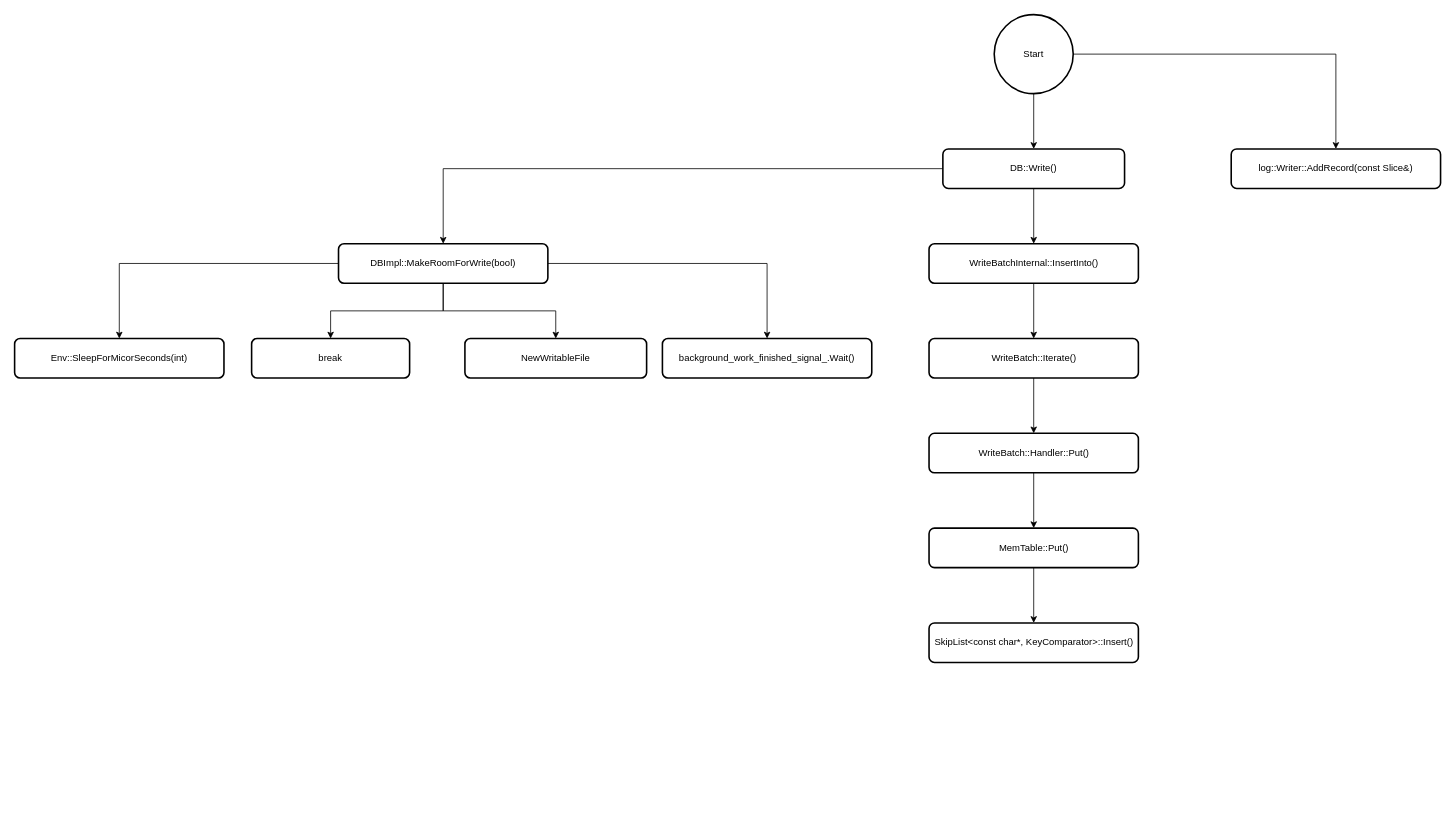
The draw.io diagram leveldb/leveldb_write.drawio in zll600/pictures, before the edit. Source tidied: cells renumbered, new cells numbered last; positions are measured from the earlier drawing's top-left corner, leaving out a move shared by most shapes. Both pictures are drawn from the tidied source at 79%, with x=0, y=0 at pixel (14, 14).
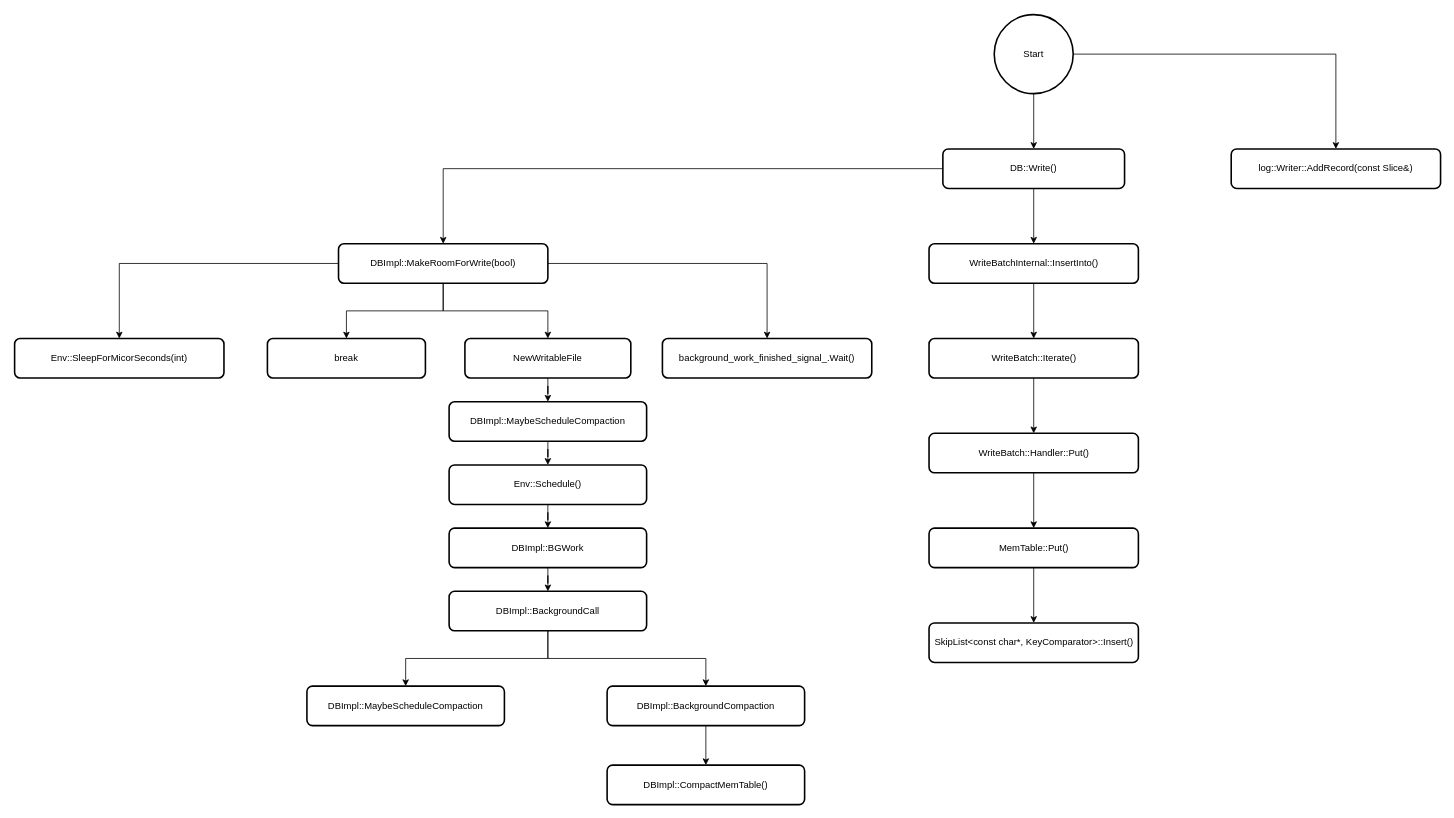
Above is the later version.

What changed in the source:
```diff
@@
     <mxCell id="24" value="break" style="rounded=1;whiteSpace=wrap;html=1;absoluteArcSize=1;arcSize=14;strokeWidth=2;" parent="1" vertex="1">
-      <mxGeometry x="300" y="410" width="200" height="50" as="geometry" />
+      <mxGeometry x="320" y="410" width="200" height="50" as="geometry" />
     </mxCell>
@@
+    <mxCell id="27" style="edgeStyle=orthogonalEdgeStyle;rounded=0;jettySize=auto;html=1;" parent="1" edge="1" source="26" target="29">
+      <mxGeometry relative="1" as="geometry" />
+    </mxCell>
     <mxCell id="26" value="NewWritableFile" style="rounded=1;whiteSpace=wrap;html=1;absoluteArcSize=1;arcSize=14;strokeWidth=2;" parent="1" vertex="1">
-      <mxGeometry x="570" y="410" width="230" height="50" as="geometry" />
+      <mxGeometry x="570" y="410" width="210" height="50" as="geometry" />
     </mxCell>
+    <mxCell id="28" style="edgeStyle=orthogonalEdgeStyle;rounded=0;jettySize=auto;html=1;entryX=0.5;entryY=0;entryDx=0;entryDy=0;" parent="1" edge="1" source="29" target="31">
+      <mxGeometry relative="1" as="geometry" />
+    </mxCell>
+    <mxCell id="29" value="DBImpl::MaybeScheduleCompaction" style="rounded=1;whiteSpace=wrap;html=1;absoluteArcSize=1;arcSize=14;strokeWidth=2;" parent="1" vertex="1">
+      <mxGeometry x="550" y="490" width="250" height="50" as="geometry" />
+    </mxCell>
+    <mxCell id="30" style="edgeStyle=orthogonalEdgeStyle;rounded=0;jettySize=auto;html=1;entryX=0.5;entryY=0;entryDx=0;entryDy=0;" parent="1" edge="1" source="31" target="33">
+      <mxGeometry relative="1" as="geometry" />
+    </mxCell>
+    <mxCell id="31" value="Env::Schedule()" style="rounded=1;whiteSpace=wrap;html=1;absoluteArcSize=1;arcSize=14;strokeWidth=2;" parent="1" vertex="1">
+      <mxGeometry x="550" y="570" width="250" height="50" as="geometry" />
+    </mxCell>
+    <mxCell id="32" style="edgeStyle=orthogonalEdgeStyle;rounded=0;jettySize=auto;html=1;entryX=0.5;entryY=0;entryDx=0;entryDy=0;" parent="1" edge="1" source="33" target="36">
+      <mxGeometry relative="1" as="geometry" />
+    </mxCell>
+    <mxCell id="33" value="DBImpl::BGWork" style="rounded=1;whiteSpace=wrap;html=1;absoluteArcSize=1;arcSize=14;strokeWidth=2;" parent="1" vertex="1">
+      <mxGeometry x="550" y="650" width="250" height="50" as="geometry" />
+    </mxCell>
+    <mxCell id="34" style="edgeStyle=orthogonalEdgeStyle;rounded=0;jettySize=auto;html=1;entryX=0.5;entryY=0;entryDx=0;entryDy=0;" parent="1" edge="1" source="36" target="38">
+      <mxGeometry relative="1" as="geometry" />
+    </mxCell>
+    <mxCell id="35" style="edgeStyle=orthogonalEdgeStyle;rounded=0;jettySize=auto;html=1;" parent="1" edge="1" source="36" target="39">
+      <mxGeometry relative="1" as="geometry" />
+    </mxCell>
+    <mxCell id="36" value="DBImpl::BackgroundCall" style="rounded=1;whiteSpace=wrap;html=1;absoluteArcSize=1;arcSize=14;strokeWidth=2;" parent="1" vertex="1">
+      <mxGeometry x="550" y="730" width="250" height="50" as="geometry" />
+    </mxCell>
+    <mxCell id="37" style="edgeStyle=orthogonalEdgeStyle;rounded=0;jettySize=auto;html=1;entryX=0.5;entryY=0;entryDx=0;entryDy=0;" parent="1" edge="1" source="38" target="40">
+      <mxGeometry relative="1" as="geometry" />
+    </mxCell>
+    <mxCell id="38" value="DBImpl::BackgroundCompaction" style="rounded=1;whiteSpace=wrap;html=1;absoluteArcSize=1;arcSize=14;strokeWidth=2;" parent="1" vertex="1">
+      <mxGeometry x="750" y="850" width="250" height="50" as="geometry" />
+    </mxCell>
+    <mxCell id="39" value="DBImpl::MaybeScheduleCompaction" style="rounded=1;whiteSpace=wrap;html=1;absoluteArcSize=1;arcSize=14;strokeWidth=2;" parent="1" vertex="1">
+      <mxGeometry x="370" y="850" width="250" height="50" as="geometry" />
+    </mxCell>
+    <mxCell id="40" value="DBImpl::CompactMemTable()" style="rounded=1;whiteSpace=wrap;html=1;absoluteArcSize=1;arcSize=14;strokeWidth=2;" parent="1" vertex="1">
+      <mxGeometry x="750" y="950" width="250" height="50" as="geometry" />
+    </mxCell>
```
